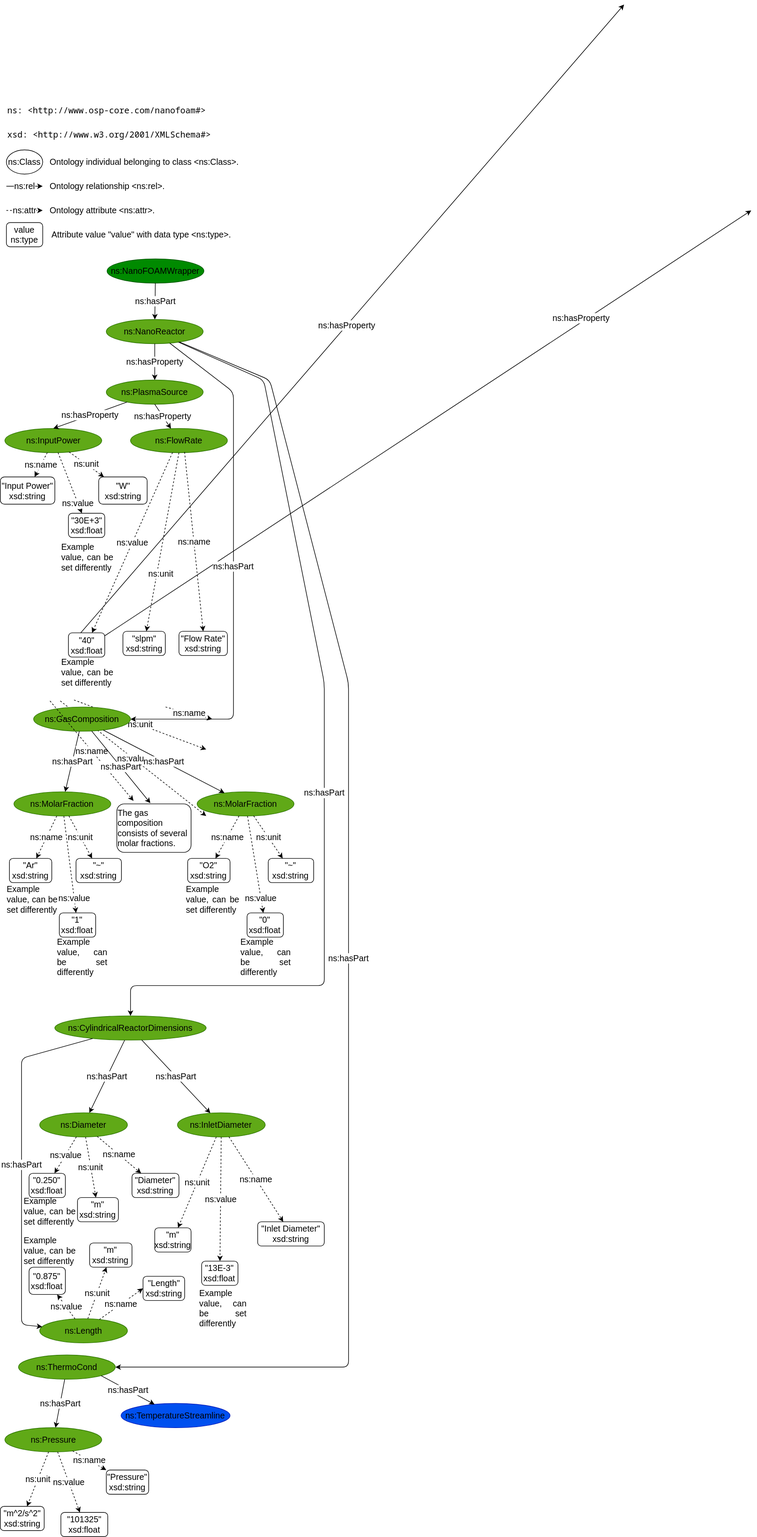
Above: docs/static/cfd.drawio.svg in simphony/SimNanoDOME (draw.io), before the change. Source tidied: cells renumbered, new cells last; positions are measured from the earlier drawing's top-left corner, leaving out a move shared by most shapes.
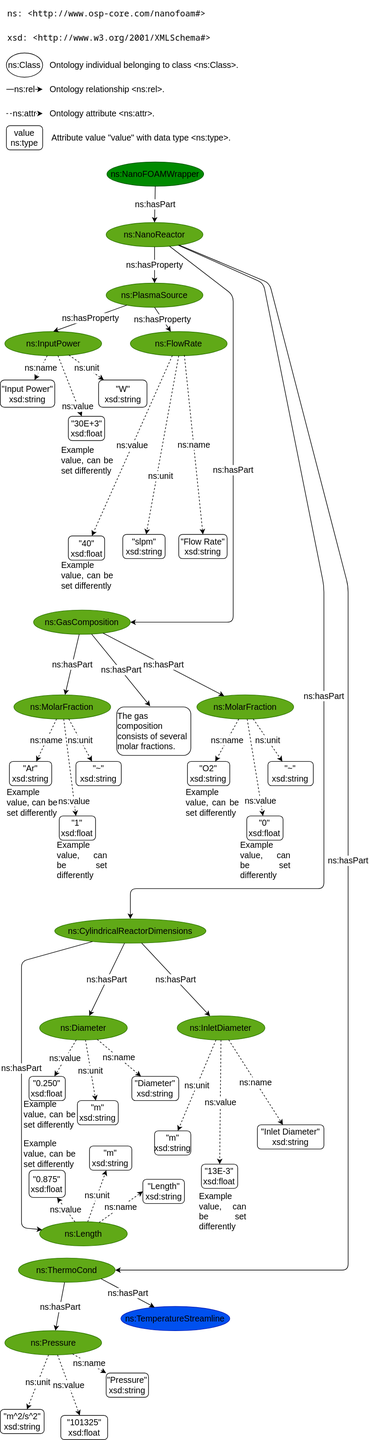
After the commit.

Change to the diagram source:
```diff
@@ -35,42 +35,12 @@
     <mxCell id="10" value="&lt;pre style=&quot;font-family: &amp;quot;Noto Sans Mono&amp;quot;, monospace; font-size: 14px;&quot;&gt;&lt;pre style=&quot;font-family: &amp;quot;Noto Sans Mono&amp;quot;, monospace; font-size: 14px;&quot;&gt;xsd: &amp;lt;http://www.w3.org/2001/XMLSchema#&amp;gt;&lt;/pre&gt;&lt;/pre&gt;" style="text;html=1;strokeColor=none;fillColor=none;align=left;verticalAlign=middle;whiteSpace=wrap;rounded=0;fontColor=#000000;labelBackgroundColor=none;fontSize=14;" parent="1" vertex="1">
       <mxGeometry x="10" y="200" width="420" height="30" as="geometry" />
     </mxCell>
-    <mxCell id="11" value="ns:hasProperty" style="endArrow=classic;html=1;rounded=0;fontColor=#000000;fontSize=14;" parent="1" edge="1">
-      <mxGeometry relative="1" as="geometry">
-        <mxPoint x="113.5" y="1059.9" as="sourcePoint" />
-        <mxPoint x="1030" as="targetPoint" />
-      </mxGeometry>
-    </mxCell>
-    <mxCell id="12" value="ns:value" style="endArrow=classic;html=1;rounded=0;fontColor=#000000;dashed=1;fontSize=14;" parent="1" edge="1">
-      <mxGeometry relative="1" as="geometry">
-        <mxPoint x="99" y="1149.9" as="sourcePoint" />
-        <mxPoint x="340" y="1340" as="targetPoint" />
-      </mxGeometry>
-    </mxCell>
-    <mxCell id="13" value="ns:unit" style="endArrow=classic;html=1;rounded=0;fontColor=#000000;dashed=1;fontSize=14;" parent="1" edge="1">
-      <mxGeometry relative="1" as="geometry">
-        <mxPoint x="121.8" y="1148.4" as="sourcePoint" />
-        <mxPoint x="340" y="1230" as="targetPoint" />
-      </mxGeometry>
-    </mxCell>
-    <mxCell id="14" value="ns:hasProperty" style="endArrow=classic;html=1;rounded=0;fontColor=#000000;fontSize=14;" parent="1" edge="1">
-      <mxGeometry x="0.49" y="6" relative="1" as="geometry">
-        <mxPoint x="147.6" y="1058.8" as="sourcePoint" />
-        <mxPoint x="1240" y="340" as="targetPoint" />
-      </mxGeometry>
-    </mxCell>
     <mxCell id="15" style="edgeStyle=orthogonalEdgeStyle;rounded=0;orthogonalLoop=1;jettySize=auto;html=1;exitX=0.5;exitY=1;exitDx=0;exitDy=0;fontSize=14;fontColor=#000000;" parent="1" edge="1">
       <mxGeometry relative="1" as="geometry">
         <mxPoint x="85" y="940" as="sourcePoint" />
         <mxPoint x="85" y="940" as="targetPoint" />
       </mxGeometry>
     </mxCell>
-    <mxCell id="16" value="ns:name" style="endArrow=classic;html=1;rounded=0;fontColor=#000000;dashed=1;fontSize=14;" parent="1" edge="1">
-      <mxGeometry relative="1" as="geometry">
-        <mxPoint x="272.8" y="1160" as="sourcePoint" />
-        <mxPoint x="350" y="1180" as="targetPoint" />
-      </mxGeometry>
-    </mxCell>
     <mxCell id="17" value="ns:PlasmaSource" style="ellipse;whiteSpace=wrap;html=1;labelBackgroundColor=none;fontColor=#000000;fontSize=14;fillColor=#60a917;strokeColor=#2D7600;" parent="1" vertex="1">
       <mxGeometry x="175" y="620" width="160" height="40" as="geometry" />
     </mxCell>
@@ -296,12 +266,6 @@
     <mxCell id="83" value="ns:hasPart" style="endArrow=classic;html=1;rounded=0;fontColor=#000000;fontSize=14;" parent="1" edge="1" source="55" target="68">
       <mxGeometry relative="1" as="geometry" />
     </mxCell>
-    <mxCell id="84" value="ns:name" style="endArrow=classic;html=1;rounded=0;fontColor=#000000;dashed=1;fontSize=14;" parent="1" edge="1">
-      <mxGeometry relative="1" as="geometry">
-        <mxPoint x="82" y="1149.9" as="sourcePoint" />
-        <mxPoint x="220" y="1315" as="targetPoint" />
-      </mxGeometry>
-    </mxCell>
     <mxCell id="85" value="&quot;Input Power&quot;&lt;br style=&quot;font-size: 14px;&quot;&gt;xsd:string" style="rounded=1;whiteSpace=wrap;html=1;labelBackgroundColor=none;fontColor=#000000;fontSize=14;" parent="1" vertex="1">
       <mxGeometry y="780" width="90" height="45" as="geometry" />
     </mxCell>
```
